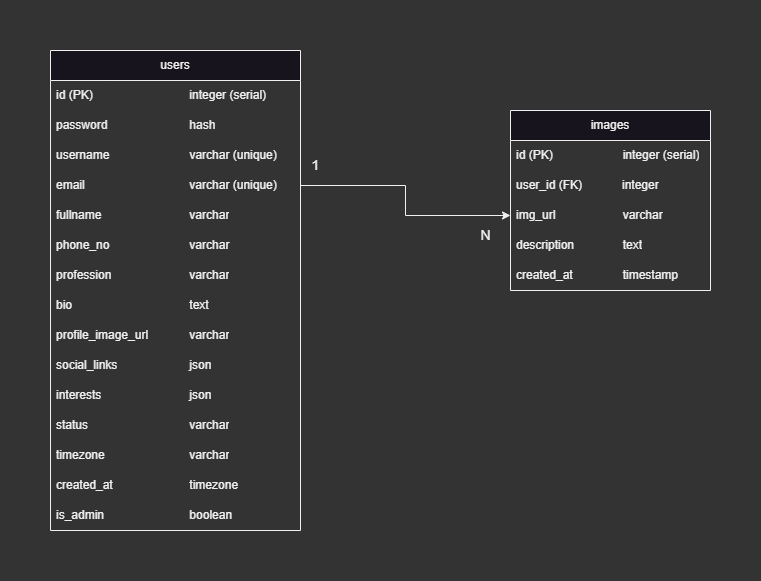
FahadulShadhin/instalike-server keeps this draw.io diagram as assets/dbSchema.png. Above is the earlier version. Source tidied: cells renumbered, new cells last; positions are measured from the earlier drawing's top-left corner, leaving out a move shared by most shapes. Its diagram source:
```xml
<mxGraphModel background="#333333">
  <root>
    <mxCell id="0" />
    <mxCell id="1" parent="0" />
    <mxCell id="2" value="users" style="swimlane;fontStyle=0;horizontal=1;startSize=30;whiteSpace=wrap;html=1;" parent="1" vertex="1">
      <mxGeometry width="250" height="480" as="geometry" />
    </mxCell>
    <mxCell id="3" value="id (PK)&lt;span style=&quot;white-space: pre;&quot;&gt;&#9;&lt;/span&gt;&lt;span style=&quot;white-space: pre;&quot;&gt;&#9;&lt;/span&gt;&lt;span style=&quot;white-space: pre;&quot;&gt;&#9;&lt;/span&gt;&lt;span style=&quot;white-space: pre;&quot;&gt;&#9;&lt;/span&gt;integer (serial)" style="text;strokeColor=none;fillColor=none;align=left;verticalAlign=middle;spacingLeft=4;spacingRight=4;overflow=hidden;whiteSpace=wrap;html=1;" parent="2" vertex="1">
      <mxGeometry y="30" width="250" height="30" as="geometry" />
    </mxCell>
    <mxCell id="4" value="password&amp;nbsp;&lt;span style=&quot;white-space: pre;&quot;&gt;&#9;&lt;/span&gt;&lt;span style=&quot;white-space: pre;&quot;&gt;&#9;&lt;/span&gt;&lt;span style=&quot;white-space: pre;&quot;&gt;&#9;&lt;/span&gt;hash" style="text;strokeColor=none;fillColor=none;align=left;verticalAlign=middle;spacingLeft=4;spacingRight=4;overflow=hidden;whiteSpace=wrap;html=1;" parent="2" vertex="1">
      <mxGeometry y="60" width="250" height="30" as="geometry" />
    </mxCell>
    <mxCell id="5" value="username&amp;nbsp; &amp;nbsp; &amp;nbsp; &amp;nbsp; &amp;nbsp; &amp;nbsp; &amp;nbsp; &amp;nbsp; &amp;nbsp; &amp;nbsp; &amp;nbsp; &amp;nbsp; varchar (unique)" style="text;strokeColor=none;fillColor=none;align=left;verticalAlign=middle;spacingLeft=4;spacingRight=4;overflow=hidden;whiteSpace=wrap;html=1;" parent="2" vertex="1">
      <mxGeometry y="90" width="250" height="30" as="geometry" />
    </mxCell>
    <mxCell id="6" value="email&amp;nbsp;&lt;span style=&quot;white-space: pre;&quot;&gt;&#9;&lt;/span&gt;&lt;span style=&quot;white-space: pre;&quot;&gt;&#9;&lt;/span&gt;&lt;span style=&quot;white-space: pre;&quot;&gt;&#9;&lt;/span&gt;&lt;span style=&quot;white-space: pre;&quot;&gt;&#9;&lt;/span&gt;varchar (unique)" style="text;strokeColor=none;fillColor=none;align=left;verticalAlign=middle;spacingLeft=4;spacingRight=4;overflow=hidden;points=[[0,0.5],[1,0.5]];portConstraint=eastwest;whiteSpace=wrap;html=1;" parent="2" vertex="1">
      <mxGeometry y="120" width="250" height="30" as="geometry" />
    </mxCell>
    <mxCell id="7" value="fullname&lt;span style=&quot;white-space: pre;&quot;&gt;&#9;&lt;/span&gt;&lt;span style=&quot;white-space: pre;&quot;&gt;&#9;&lt;/span&gt;&lt;span style=&quot;white-space: pre;&quot;&gt;&#9;&lt;/span&gt;&lt;span style=&quot;white-space: pre;&quot;&gt;&#9;&lt;/span&gt;varchar" style="text;strokeColor=none;fillColor=none;align=left;verticalAlign=middle;spacingLeft=4;spacingRight=4;overflow=hidden;whiteSpace=wrap;html=1;" parent="2" vertex="1">
      <mxGeometry y="150" width="250" height="30" as="geometry" />
    </mxCell>
    <mxCell id="8" value="phone_no&lt;span style=&quot;white-space: pre;&quot;&gt;&#9;&lt;/span&gt;&lt;span style=&quot;white-space: pre;&quot;&gt;&#9;&lt;/span&gt;&lt;span style=&quot;white-space: pre;&quot;&gt;&#9;&lt;/span&gt;varchar&amp;nbsp;" style="text;strokeColor=none;fillColor=none;align=left;verticalAlign=middle;spacingLeft=4;spacingRight=4;overflow=hidden;whiteSpace=wrap;html=1;" parent="2" vertex="1">
      <mxGeometry y="180" width="250" height="30" as="geometry" />
    </mxCell>
    <mxCell id="9" value="profession&amp;nbsp;&lt;span style=&quot;white-space: pre;&quot;&gt;&#9;&lt;/span&gt;&lt;span style=&quot;white-space: pre;&quot;&gt;&#9;&lt;/span&gt;&lt;span style=&quot;white-space: pre;&quot;&gt;&#9;&lt;/span&gt;varchar" style="text;strokeColor=none;fillColor=none;align=left;verticalAlign=middle;spacingLeft=4;spacingRight=4;overflow=hidden;points=[[0,0.5],[1,0.5]];portConstraint=eastwest;whiteSpace=wrap;html=1;" parent="2" vertex="1">
      <mxGeometry y="210" width="250" height="30" as="geometry" />
    </mxCell>
    <mxCell id="10" value="bio&lt;span style=&quot;white-space: pre;&quot;&gt;&#9;&lt;/span&gt;&lt;span style=&quot;white-space: pre;&quot;&gt;&#9;&lt;/span&gt;&lt;span style=&quot;white-space: pre;&quot;&gt;&#9;&lt;/span&gt;&lt;span style=&quot;white-space: pre;&quot;&gt;&#9;&lt;/span&gt;&lt;span style=&quot;white-space: pre;&quot;&gt;&#9;&lt;/span&gt;text" style="text;strokeColor=none;fillColor=none;align=left;verticalAlign=middle;spacingLeft=4;spacingRight=4;overflow=hidden;whiteSpace=wrap;html=1;" parent="2" vertex="1">
      <mxGeometry y="240" width="250" height="30" as="geometry" />
    </mxCell>
    <mxCell id="11" value="profile_image_url&lt;span style=&quot;white-space: pre;&quot;&gt;&#9;&lt;/span&gt;&lt;span style=&quot;white-space: pre;&quot;&gt;&#9;&lt;/span&gt;varchar" style="text;strokeColor=none;fillColor=none;align=left;verticalAlign=middle;spacingLeft=4;spacingRight=4;overflow=hidden;whiteSpace=wrap;html=1;" parent="2" vertex="1">
      <mxGeometry y="270" width="250" height="30" as="geometry" />
    </mxCell>
    <mxCell id="12" value="social_links&lt;span style=&quot;white-space: pre;&quot;&gt;&#9;&lt;/span&gt;&lt;span style=&quot;white-space: pre;&quot;&gt;&#9;&lt;/span&gt;&lt;span style=&quot;white-space: pre;&quot;&gt;&#9;&lt;/span&gt;json" style="text;strokeColor=none;fillColor=none;align=left;verticalAlign=middle;spacingLeft=4;spacingRight=4;overflow=hidden;whiteSpace=wrap;html=1;" parent="2" vertex="1">
      <mxGeometry y="300" width="250" height="30" as="geometry" />
    </mxCell>
    <mxCell id="13" value="interests&lt;span style=&quot;white-space: pre;&quot;&gt;&#9;&lt;/span&gt;&lt;span style=&quot;white-space: pre;&quot;&gt;&#9;&lt;/span&gt;&lt;span style=&quot;white-space: pre;&quot;&gt;&#9;&lt;/span&gt;&lt;span style=&quot;white-space: pre;&quot;&gt;&#9;&lt;/span&gt;json" style="text;strokeColor=none;fillColor=none;align=left;verticalAlign=middle;spacingLeft=4;spacingRight=4;overflow=hidden;whiteSpace=wrap;html=1;" parent="2" vertex="1">
      <mxGeometry y="330" width="250" height="30" as="geometry" />
    </mxCell>
    <mxCell id="14" value="status&lt;span style=&quot;white-space: pre;&quot;&gt;&#9;&lt;/span&gt;&lt;span style=&quot;white-space: pre;&quot;&gt;&#9;&lt;/span&gt;&lt;span style=&quot;white-space: pre;&quot;&gt;&#9;&lt;/span&gt;&lt;span style=&quot;white-space: pre;&quot;&gt;&#9;&lt;/span&gt;varchar" style="text;strokeColor=none;fillColor=none;align=left;verticalAlign=middle;spacingLeft=4;spacingRight=4;overflow=hidden;whiteSpace=wrap;html=1;" parent="2" vertex="1">
      <mxGeometry y="360" width="250" height="30" as="geometry" />
    </mxCell>
    <mxCell id="15" value="timezone&lt;span style=&quot;white-space: pre;&quot;&gt;&#9;&lt;/span&gt;&lt;span style=&quot;white-space: pre;&quot;&gt;&#9;&lt;/span&gt;&lt;span style=&quot;white-space: pre;&quot;&gt;&#9;&lt;/span&gt;&lt;span style=&quot;white-space: pre;&quot;&gt;&#9;&lt;/span&gt;varchar" style="text;strokeColor=none;fillColor=none;align=left;verticalAlign=middle;spacingLeft=4;spacingRight=4;overflow=hidden;points=[[0,0.5],[1,0.5]];portConstraint=eastwest;whiteSpace=wrap;html=1;" parent="2" vertex="1">
      <mxGeometry y="390" width="250" height="30" as="geometry" />
    </mxCell>
    <mxCell id="16" value="created_at&lt;span style=&quot;white-space: pre;&quot;&gt;&#9;&lt;/span&gt;&lt;span style=&quot;white-space: pre;&quot;&gt;&#9;&lt;/span&gt;&lt;span style=&quot;white-space: pre;&quot;&gt;&#9;&lt;/span&gt;timezone" style="text;strokeColor=none;fillColor=none;align=left;verticalAlign=middle;spacingLeft=4;spacingRight=4;overflow=hidden;whiteSpace=wrap;html=1;" parent="2" vertex="1">
      <mxGeometry y="420" width="250" height="30" as="geometry" />
    </mxCell>
    <mxCell id="17" value="is_admin&amp;nbsp;&lt;span style=&quot;white-space: pre;&quot;&gt;&#9;&lt;/span&gt;&lt;span style=&quot;white-space: pre;&quot;&gt;&#9;&lt;/span&gt;&lt;span style=&quot;white-space: pre;&quot;&gt;&#9;&lt;/span&gt;&lt;span style=&quot;white-space: pre;&quot;&gt;&#9;&lt;/span&gt;boolean" style="text;strokeColor=none;fillColor=none;align=left;verticalAlign=middle;spacingLeft=4;spacingRight=4;overflow=hidden;whiteSpace=wrap;html=1;" parent="2" vertex="1">
      <mxGeometry y="450" width="250" height="30" as="geometry" />
    </mxCell>
    <mxCell id="18" value="images" style="swimlane;fontStyle=0;horizontal=1;startSize=30;whiteSpace=wrap;html=1;" parent="1" vertex="1">
      <mxGeometry x="460" y="60" width="200" height="180" as="geometry" />
    </mxCell>
    <mxCell id="19" value="id (PK)&lt;span style=&quot;white-space: pre;&quot;&gt;&#9;&lt;/span&gt;&lt;span style=&quot;white-space: pre;&quot;&gt;&#9;&lt;/span&gt;&lt;span style=&quot;white-space: pre;&quot;&gt;&#9;&lt;/span&gt;integer (serial)" style="text;strokeColor=none;fillColor=none;align=left;verticalAlign=middle;spacingLeft=4;spacingRight=4;overflow=hidden;whiteSpace=wrap;html=1;" parent="18" vertex="1">
      <mxGeometry y="30" width="200" height="30" as="geometry" />
    </mxCell>
    <mxCell id="20" value="user_id (FK)&amp;nbsp; &amp;nbsp; &amp;nbsp; &amp;nbsp; &amp;nbsp; &amp;nbsp; integer" style="text;strokeColor=none;fillColor=none;align=left;verticalAlign=middle;spacingLeft=4;spacingRight=4;overflow=hidden;whiteSpace=wrap;html=1;" parent="18" vertex="1">
      <mxGeometry y="60" width="200" height="30" as="geometry" />
    </mxCell>
    <mxCell id="21" value="img_url&lt;span style=&quot;white-space: pre;&quot;&gt;&#9;&lt;/span&gt;&lt;span style=&quot;white-space: pre;&quot;&gt;&#9;&lt;/span&gt;&lt;span style=&quot;white-space: pre;&quot;&gt;&#9;&lt;/span&gt;varchar" style="text;strokeColor=none;fillColor=none;align=left;verticalAlign=middle;spacingLeft=4;spacingRight=4;overflow=hidden;points=[[0,0.5],[1,0.5]];portConstraint=eastwest;whiteSpace=wrap;html=1;" parent="18" vertex="1">
      <mxGeometry y="90" width="200" height="30" as="geometry" />
    </mxCell>
    <mxCell id="22" value="description&lt;span style=&quot;white-space: pre;&quot;&gt;&#9;&lt;/span&gt;&lt;span style=&quot;white-space: pre;&quot;&gt;&#9;&lt;/span&gt;text" style="text;strokeColor=none;fillColor=none;align=left;verticalAlign=middle;spacingLeft=4;spacingRight=4;overflow=hidden;whiteSpace=wrap;html=1;" parent="18" vertex="1">
      <mxGeometry y="120" width="200" height="30" as="geometry" />
    </mxCell>
    <mxCell id="23" value="created_at&lt;span style=&quot;white-space: pre;&quot;&gt;&#9;&lt;/span&gt;&lt;span style=&quot;white-space: pre;&quot;&gt;&#9;&lt;/span&gt;timestamp" style="text;strokeColor=none;fillColor=none;align=left;verticalAlign=middle;spacingLeft=4;spacingRight=4;overflow=hidden;whiteSpace=wrap;html=1;" parent="18" vertex="1">
      <mxGeometry y="150" width="200" height="30" as="geometry" />
    </mxCell>
    <mxCell id="24" value="&lt;font style=&quot;font-size: 14px;&quot;&gt;1&lt;/font&gt;" style="text;html=1;align=center;verticalAlign=middle;strokeColor=none;fillColor=none;" parent="1" vertex="1">
      <mxGeometry x="250" y="100" width="30" height="30" as="geometry" />
    </mxCell>
    <mxCell id="25" value="&lt;font style=&quot;font-size: 14px;&quot;&gt;N&lt;/font&gt;" style="text;html=1;align=center;verticalAlign=middle;strokeColor=none;fillColor=none;" parent="1" vertex="1">
      <mxGeometry x="420" y="170" width="30" height="30" as="geometry" />
    </mxCell>
    <mxCell id="26" style="edgeStyle=orthogonalEdgeStyle;rounded=0;jettySize=auto;html=1;exitX=1;exitY=0.5;exitDx=0;exitDy=0;entryX=0;entryY=0.5;entryDx=0;entryDy=0;" parent="1" edge="1" source="6" target="21">
      <mxGeometry relative="1" as="geometry" />
    </mxCell>
  </root>
</mxGraphModel>
```
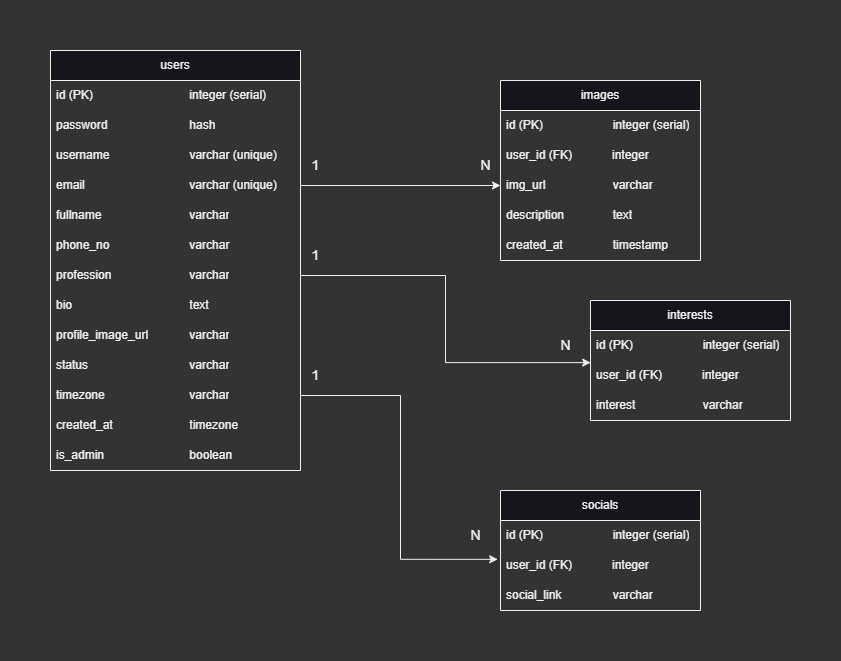
After the commit.

Commit message:
database schema change

Diff of the diagram source:
```diff
@@ -3,7 +3,7 @@
     <mxCell id="0" />
     <mxCell id="1" parent="0" />
     <mxCell id="2" value="users" style="swimlane;fontStyle=0;horizontal=1;startSize=30;whiteSpace=wrap;html=1;" parent="1" vertex="1">
-      <mxGeometry width="250" height="480" as="geometry" />
+      <mxGeometry width="250" height="420" as="geometry" />
     </mxCell>
     <mxCell id="3" value="id (PK)&lt;span style=&quot;white-space: pre;&quot;&gt;&#9;&lt;/span&gt;&lt;span style=&quot;white-space: pre;&quot;&gt;&#9;&lt;/span&gt;&lt;span style=&quot;white-space: pre;&quot;&gt;&#9;&lt;/span&gt;&lt;span style=&quot;white-space: pre;&quot;&gt;&#9;&lt;/span&gt;integer (serial)" style="text;strokeColor=none;fillColor=none;align=left;verticalAlign=middle;spacingLeft=4;spacingRight=4;overflow=hidden;whiteSpace=wrap;html=1;" parent="2" vertex="1">
       <mxGeometry y="30" width="250" height="30" as="geometry" />
@@ -32,26 +32,20 @@
     <mxCell id="11" value="profile_image_url&lt;span style=&quot;white-space: pre;&quot;&gt;&#9;&lt;/span&gt;&lt;span style=&quot;white-space: pre;&quot;&gt;&#9;&lt;/span&gt;varchar" style="text;strokeColor=none;fillColor=none;align=left;verticalAlign=middle;spacingLeft=4;spacingRight=4;overflow=hidden;whiteSpace=wrap;html=1;" parent="2" vertex="1">
       <mxGeometry y="270" width="250" height="30" as="geometry" />
     </mxCell>
-    <mxCell id="12" value="social_links&lt;span style=&quot;white-space: pre;&quot;&gt;&#9;&lt;/span&gt;&lt;span style=&quot;white-space: pre;&quot;&gt;&#9;&lt;/span&gt;&lt;span style=&quot;white-space: pre;&quot;&gt;&#9;&lt;/span&gt;json" style="text;strokeColor=none;fillColor=none;align=left;verticalAlign=middle;spacingLeft=4;spacingRight=4;overflow=hidden;whiteSpace=wrap;html=1;" parent="2" vertex="1">
-      <mxGeometry y="300" width="250" height="30" as="geometry" />
-    </mxCell>
-    <mxCell id="13" value="interests&lt;span style=&quot;white-space: pre;&quot;&gt;&#9;&lt;/span&gt;&lt;span style=&quot;white-space: pre;&quot;&gt;&#9;&lt;/span&gt;&lt;span style=&quot;white-space: pre;&quot;&gt;&#9;&lt;/span&gt;&lt;span style=&quot;white-space: pre;&quot;&gt;&#9;&lt;/span&gt;json" style="text;strokeColor=none;fillColor=none;align=left;verticalAlign=middle;spacingLeft=4;spacingRight=4;overflow=hidden;whiteSpace=wrap;html=1;" parent="2" vertex="1">
-      <mxGeometry y="330" width="250" height="30" as="geometry" />
-    </mxCell>
     <mxCell id="14" value="status&lt;span style=&quot;white-space: pre;&quot;&gt;&#9;&lt;/span&gt;&lt;span style=&quot;white-space: pre;&quot;&gt;&#9;&lt;/span&gt;&lt;span style=&quot;white-space: pre;&quot;&gt;&#9;&lt;/span&gt;&lt;span style=&quot;white-space: pre;&quot;&gt;&#9;&lt;/span&gt;varchar" style="text;strokeColor=none;fillColor=none;align=left;verticalAlign=middle;spacingLeft=4;spacingRight=4;overflow=hidden;whiteSpace=wrap;html=1;" parent="2" vertex="1">
-      <mxGeometry y="360" width="250" height="30" as="geometry" />
+      <mxGeometry y="300" width="250" height="30" as="geometry" />
     </mxCell>
     <mxCell id="15" value="timezone&lt;span style=&quot;white-space: pre;&quot;&gt;&#9;&lt;/span&gt;&lt;span style=&quot;white-space: pre;&quot;&gt;&#9;&lt;/span&gt;&lt;span style=&quot;white-space: pre;&quot;&gt;&#9;&lt;/span&gt;&lt;span style=&quot;white-space: pre;&quot;&gt;&#9;&lt;/span&gt;varchar" style="text;strokeColor=none;fillColor=none;align=left;verticalAlign=middle;spacingLeft=4;spacingRight=4;overflow=hidden;points=[[0,0.5],[1,0.5]];portConstraint=eastwest;whiteSpace=wrap;html=1;" parent="2" vertex="1">
-      <mxGeometry y="390" width="250" height="30" as="geometry" />
+      <mxGeometry y="330" width="250" height="30" as="geometry" />
     </mxCell>
     <mxCell id="16" value="created_at&lt;span style=&quot;white-space: pre;&quot;&gt;&#9;&lt;/span&gt;&lt;span style=&quot;white-space: pre;&quot;&gt;&#9;&lt;/span&gt;&lt;span style=&quot;white-space: pre;&quot;&gt;&#9;&lt;/span&gt;timezone" style="text;strokeColor=none;fillColor=none;align=left;verticalAlign=middle;spacingLeft=4;spacingRight=4;overflow=hidden;whiteSpace=wrap;html=1;" parent="2" vertex="1">
-      <mxGeometry y="420" width="250" height="30" as="geometry" />
+      <mxGeometry y="360" width="250" height="30" as="geometry" />
     </mxCell>
     <mxCell id="17" value="is_admin&amp;nbsp;&lt;span style=&quot;white-space: pre;&quot;&gt;&#9;&lt;/span&gt;&lt;span style=&quot;white-space: pre;&quot;&gt;&#9;&lt;/span&gt;&lt;span style=&quot;white-space: pre;&quot;&gt;&#9;&lt;/span&gt;&lt;span style=&quot;white-space: pre;&quot;&gt;&#9;&lt;/span&gt;boolean" style="text;strokeColor=none;fillColor=none;align=left;verticalAlign=middle;spacingLeft=4;spacingRight=4;overflow=hidden;whiteSpace=wrap;html=1;" parent="2" vertex="1">
-      <mxGeometry y="450" width="250" height="30" as="geometry" />
+      <mxGeometry y="390" width="250" height="30" as="geometry" />
     </mxCell>
     <mxCell id="18" value="images" style="swimlane;fontStyle=0;horizontal=1;startSize=30;whiteSpace=wrap;html=1;" parent="1" vertex="1">
-      <mxGeometry x="460" y="60" width="200" height="180" as="geometry" />
+      <mxGeometry x="450" y="30" width="200" height="180" as="geometry" />
     </mxCell>
     <mxCell id="19" value="id (PK)&lt;span style=&quot;white-space: pre;&quot;&gt;&#9;&lt;/span&gt;&lt;span style=&quot;white-space: pre;&quot;&gt;&#9;&lt;/span&gt;&lt;span style=&quot;white-space: pre;&quot;&gt;&#9;&lt;/span&gt;integer (serial)" style="text;strokeColor=none;fillColor=none;align=left;verticalAlign=middle;spacingLeft=4;spacingRight=4;overflow=hidden;whiteSpace=wrap;html=1;" parent="18" vertex="1">
       <mxGeometry y="30" width="200" height="30" as="geometry" />
@@ -72,10 +66,52 @@
       <mxGeometry x="250" y="100" width="30" height="30" as="geometry" />
     </mxCell>
     <mxCell id="25" value="&lt;font style=&quot;font-size: 14px;&quot;&gt;N&lt;/font&gt;" style="text;html=1;align=center;verticalAlign=middle;strokeColor=none;fillColor=none;" parent="1" vertex="1">
-      <mxGeometry x="420" y="170" width="30" height="30" as="geometry" />
+      <mxGeometry x="420" y="100" width="30" height="30" as="geometry" />
     </mxCell>
     <mxCell id="26" style="edgeStyle=orthogonalEdgeStyle;rounded=0;jettySize=auto;html=1;exitX=1;exitY=0.5;exitDx=0;exitDy=0;entryX=0;entryY=0.5;entryDx=0;entryDy=0;" parent="1" edge="1" source="6" target="21">
       <mxGeometry relative="1" as="geometry" />
     </mxCell>
+    <mxCell id="27" value="interests" style="swimlane;fontStyle=0;horizontal=1;startSize=30;whiteSpace=wrap;html=1;" parent="1" vertex="1">
+      <mxGeometry x="540" y="250" width="200" height="120" as="geometry" />
+    </mxCell>
+    <mxCell id="28" value="id (PK)&lt;span style=&quot;white-space: pre;&quot;&gt;&#9;&lt;/span&gt;&lt;span style=&quot;white-space: pre;&quot;&gt;&#9;&lt;/span&gt;&lt;span style=&quot;white-space: pre;&quot;&gt;&#9;&lt;/span&gt;integer (serial)" style="text;strokeColor=none;fillColor=none;align=left;verticalAlign=middle;spacingLeft=4;spacingRight=4;overflow=hidden;whiteSpace=wrap;html=1;" parent="27" vertex="1">
+      <mxGeometry y="30" width="200" height="30" as="geometry" />
+    </mxCell>
+    <mxCell id="29" value="user_id (FK)&amp;nbsp; &amp;nbsp; &amp;nbsp; &amp;nbsp; &amp;nbsp; &amp;nbsp; integer" style="text;strokeColor=none;fillColor=none;align=left;verticalAlign=middle;spacingLeft=4;spacingRight=4;overflow=hidden;points=[[0,0.5],[1,0.5]];portConstraint=eastwest;whiteSpace=wrap;html=1;" parent="27" vertex="1">
+      <mxGeometry y="60" width="200" height="30" as="geometry" />
+    </mxCell>
+    <mxCell id="30" value="interest&lt;span style=&quot;white-space: pre;&quot;&gt;&#9;&lt;/span&gt;&lt;span style=&quot;white-space: pre;&quot;&gt;&#9;&lt;/span&gt;&lt;span style=&quot;white-space: pre;&quot;&gt;&#9;&lt;/span&gt;varchar" style="text;strokeColor=none;fillColor=none;align=left;verticalAlign=middle;spacingLeft=4;spacingRight=4;overflow=hidden;whiteSpace=wrap;html=1;" parent="27" vertex="1">
+      <mxGeometry y="90" width="200" height="30" as="geometry" />
+    </mxCell>
+    <mxCell id="31" style="edgeStyle=orthogonalEdgeStyle;rounded=0;hachureGap=4;jettySize=auto;html=1;exitX=1;exitY=0.5;exitDx=0;exitDy=0;entryX=0.001;entryY=0.07;entryDx=0;entryDy=0;entryPerimeter=0;fontFamily=Architects Daughter;fontSource=https%3A%2F%2Ffonts.googleapis.com%2Fcss%3Ffamily%3DArchitects%2BDaughter;fontSize=16;" parent="1" edge="1" source="9" target="29">
+      <mxGeometry relative="1" as="geometry" />
+    </mxCell>
+    <mxCell id="32" value="&lt;font style=&quot;font-size: 14px;&quot;&gt;1&lt;/font&gt;" style="text;html=1;align=center;verticalAlign=middle;strokeColor=none;fillColor=none;" parent="1" vertex="1">
+      <mxGeometry x="250" y="190" width="30" height="30" as="geometry" />
+    </mxCell>
+    <mxCell id="33" value="&lt;font style=&quot;font-size: 14px;&quot;&gt;N&lt;/font&gt;" style="text;html=1;align=center;verticalAlign=middle;strokeColor=none;fillColor=none;" parent="1" vertex="1">
+      <mxGeometry x="500" y="280" width="30" height="30" as="geometry" />
+    </mxCell>
+    <mxCell id="34" value="socials" style="swimlane;fontStyle=0;horizontal=1;startSize=30;whiteSpace=wrap;html=1;" parent="1" vertex="1">
+      <mxGeometry x="450" y="440" width="200" height="120" as="geometry" />
+    </mxCell>
+    <mxCell id="35" value="id (PK)&lt;span style=&quot;white-space: pre;&quot;&gt;&#9;&lt;/span&gt;&lt;span style=&quot;white-space: pre;&quot;&gt;&#9;&lt;/span&gt;&lt;span style=&quot;white-space: pre;&quot;&gt;&#9;&lt;/span&gt;integer (serial)" style="text;strokeColor=none;fillColor=none;align=left;verticalAlign=middle;spacingLeft=4;spacingRight=4;overflow=hidden;whiteSpace=wrap;html=1;" parent="34" vertex="1">
+      <mxGeometry y="30" width="200" height="30" as="geometry" />
+    </mxCell>
+    <mxCell id="36" value="user_id (FK)&amp;nbsp; &amp;nbsp; &amp;nbsp; &amp;nbsp; &amp;nbsp; &amp;nbsp; integer" style="text;strokeColor=none;fillColor=none;align=left;verticalAlign=middle;spacingLeft=4;spacingRight=4;overflow=hidden;points=[[0,0.5],[1,0.5]];portConstraint=eastwest;whiteSpace=wrap;html=1;" parent="34" vertex="1">
+      <mxGeometry y="60" width="200" height="30" as="geometry" />
+    </mxCell>
+    <mxCell id="37" value="social_link&lt;span style=&quot;&quot;&gt;&lt;span style=&quot;white-space: pre;&quot;&gt;&amp;nbsp;&amp;nbsp;&amp;nbsp;&amp;nbsp;&lt;/span&gt;&lt;/span&gt;&lt;span style=&quot;&quot;&gt;&lt;span style=&quot;white-space: pre;&quot;&gt;&amp;nbsp;&amp;nbsp;&amp;nbsp;&amp;nbsp;&lt;/span&gt;&lt;/span&gt;&lt;span style=&quot;&quot;&gt;&lt;span style=&quot;white-space: pre;&quot;&gt;&amp;nbsp;&amp;nbsp;&amp;nbsp;&amp;nbsp;&lt;span style=&quot;white-space: pre;&quot;&gt;&#9;&lt;/span&gt;&lt;/span&gt;&lt;/span&gt;varchar" style="text;strokeColor=none;fillColor=none;align=left;verticalAlign=middle;spacingLeft=4;spacingRight=4;overflow=hidden;whiteSpace=wrap;html=1;" parent="34" vertex="1">
+      <mxGeometry y="90" width="200" height="30" as="geometry" />
+    </mxCell>
+    <mxCell id="38" style="edgeStyle=orthogonalEdgeStyle;rounded=0;hachureGap=4;jettySize=auto;html=1;exitX=1;exitY=0.5;exitDx=0;exitDy=0;entryX=-0.014;entryY=0.294;entryDx=0;entryDy=0;entryPerimeter=0;fontFamily=Architects Daughter;fontSource=https%3A%2F%2Ffonts.googleapis.com%2Fcss%3Ffamily%3DArchitects%2BDaughter;fontSize=16;" parent="1" edge="1" source="15" target="36">
+      <mxGeometry relative="1" as="geometry" />
+    </mxCell>
+    <mxCell id="39" value="&lt;font style=&quot;font-size: 14px;&quot;&gt;1&lt;/font&gt;" style="text;html=1;align=center;verticalAlign=middle;strokeColor=none;fillColor=none;" parent="1" vertex="1">
+      <mxGeometry x="250" y="310" width="30" height="30" as="geometry" />
+    </mxCell>
+    <mxCell id="40" value="&lt;font style=&quot;font-size: 14px;&quot;&gt;N&lt;/font&gt;" style="text;html=1;align=center;verticalAlign=middle;strokeColor=none;fillColor=none;" parent="1" vertex="1">
+      <mxGeometry x="410" y="470" width="30" height="30" as="geometry" />
+    </mxCell>
   </root>
 </mxGraphModel>
```
